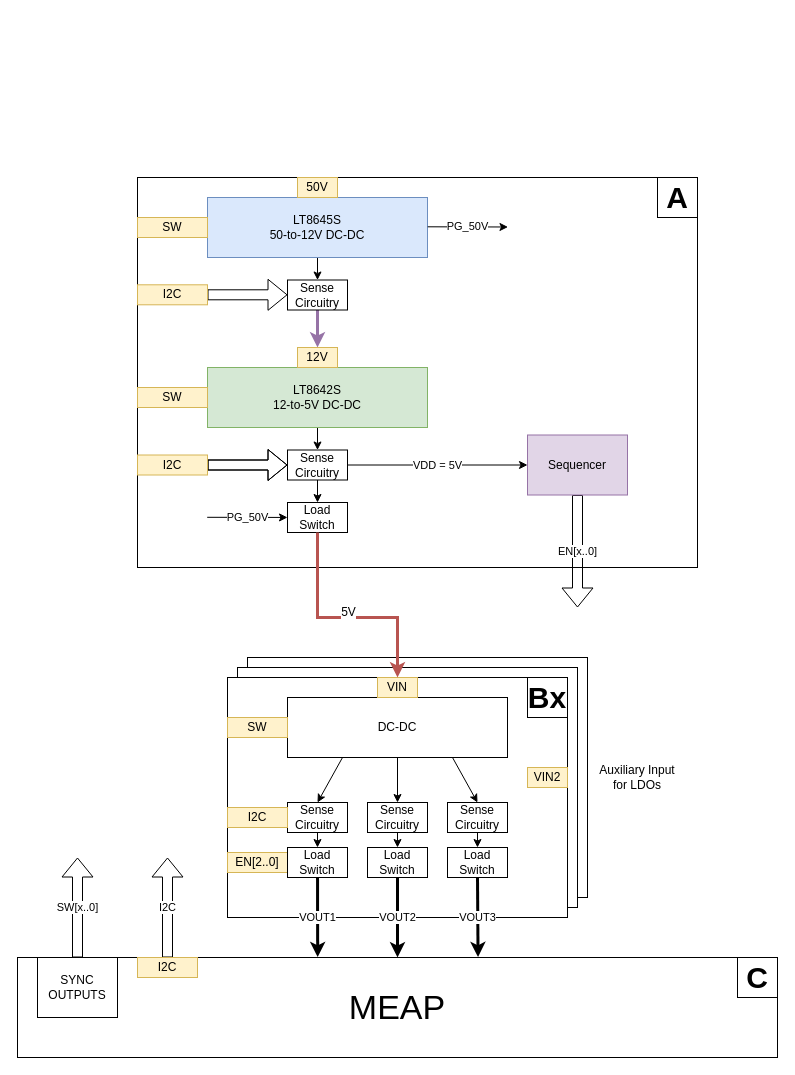
Before: page "Page-1" (1 of 2) of powerBlock.drawio in josephliu89/sandbox, a draw.io diagram. Source tidied: cells renumbered, new cells numbered last; positions are measured from the earlier drawing's top-left corner, leaving out a move shared by most shapes. Both pictures are drawn from the tidied source at 100%, with x=0, y=0 at pixel (17, 177).
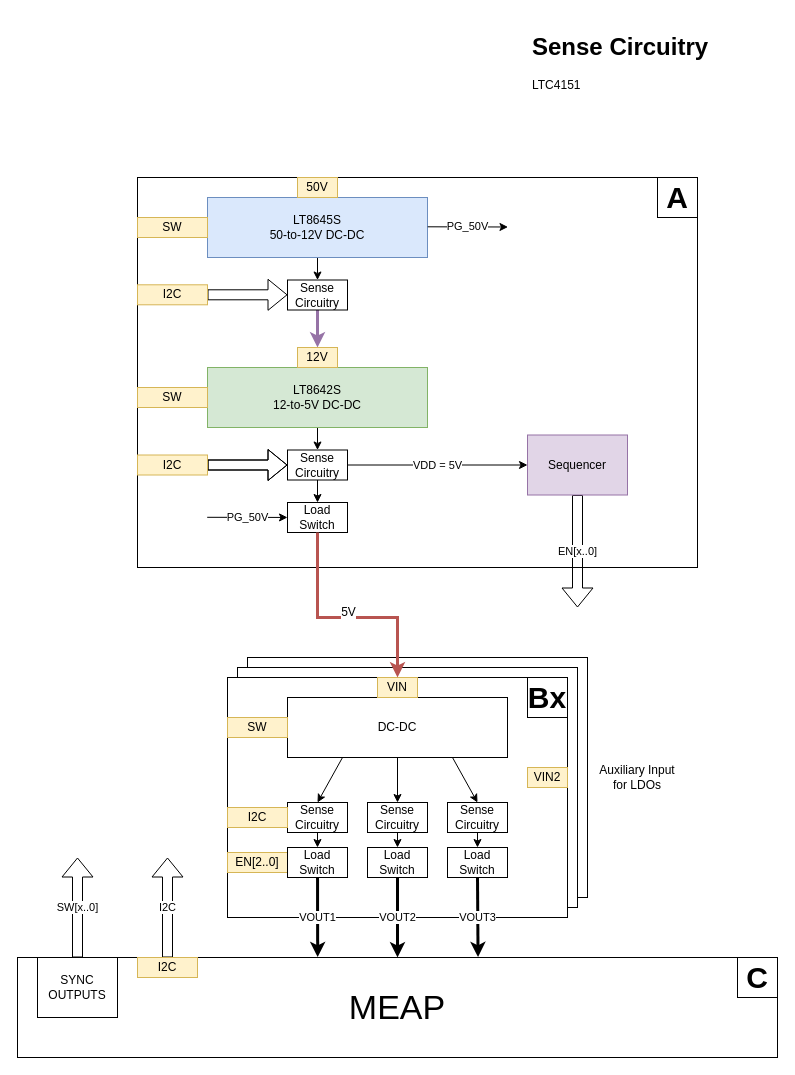
After the change.

Diff of the diagram source:
```diff
@@
+    <mxCell id="61" value="&lt;h1&gt;Sense Circuitry&lt;/h1&gt;&lt;div&gt;LTC4151&lt;/div&gt;" style="text;html=1;strokeColor=none;fillColor=none;spacing=5;spacingTop=-20;whiteSpace=wrap;overflow=hidden;rounded=0;" parent="1" vertex="1">
+      <mxGeometry x="510" y="-150" width="190" height="120" as="geometry" />
+    </mxCell>
```
